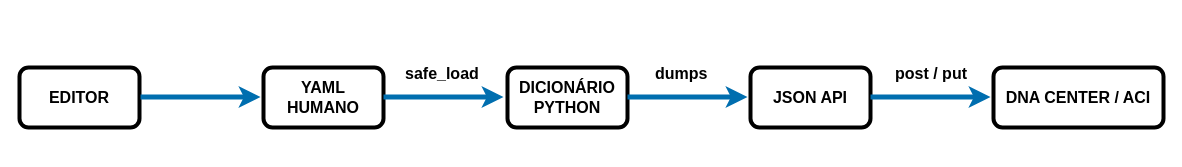
Before: CCNP 350-401 ENCOR/06 - Automation/15- Python - Basico 10 - Manipulacao de arquivos/Arquivos/yaml/Imagens/fluxo.drawio in alcancil/Cisco, a draw.io diagram. Source tidied: cells renumbered, new cells numbered last; positions are measured from the earlier drawing's top-left corner, leaving out a move shared by most shapes. Both pictures are drawn from the tidied source at 100%, with x=0, y=0 at pixel (19, 57).
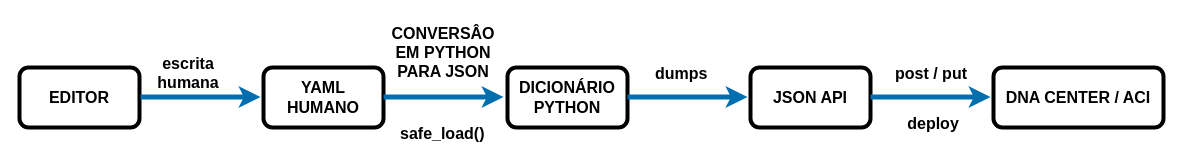
The same diagram, later.

The edit, as a diff of the source:
```diff
@@
-    <mxCell id="12" value="&lt;b&gt;&lt;font style=&quot;font-size: 16px;&quot;&gt;safe_load&lt;/font&gt;&lt;/b&gt;" style="text;html=1;whiteSpace=wrap;overflow=hidden;rounded=0;" parent="1" vertex="1">
-      <mxGeometry x="384" width="90" height="30" as="geometry" />
+    <mxCell id="12" value="&lt;div align=&quot;center&quot;&gt;&lt;font style=&quot;font-size: 16px;&quot;&gt;CONVERSÂO EM PYTHON PARA JSON&lt;/font&gt;&lt;/div&gt;" style="text;html=1;whiteSpace=wrap;overflow=hidden;rounded=0;align=center;fontStyle=1;" parent="1" vertex="1">
+      <mxGeometry x="364" y="-40" width="120" height="60" as="geometry" />
     </mxCell>
@@
+    <mxCell id="14" value="&lt;b&gt;&lt;font style=&quot;font-size: 16px;&quot;&gt;escrita humana&lt;/font&gt;&lt;/b&gt;" style="text;html=1;whiteSpace=wrap;overflow=hidden;rounded=0;align=center;" parent="1" vertex="1">
+      <mxGeometry x="134" y="-10" width="70" height="50" as="geometry" />
+    </mxCell>
+    <mxCell id="15" value="&lt;b&gt;&lt;font style=&quot;font-size: 16px;&quot;&gt;safe_load()&lt;/font&gt;&lt;/b&gt;" style="text;html=1;whiteSpace=wrap;overflow=hidden;rounded=0;" parent="1" vertex="1">
+      <mxGeometry x="379" y="60" width="90" height="30" as="geometry" />
+    </mxCell>
+    <mxCell id="16" value="&lt;b&gt;&lt;font style=&quot;font-size: 16px;&quot;&gt;deploy&lt;/font&gt;&lt;/b&gt;" style="text;html=1;whiteSpace=wrap;overflow=hidden;rounded=0;align=center;" parent="1" vertex="1">
+      <mxGeometry x="874" y="50" width="80" height="30" as="geometry" />
+    </mxCell>
```
